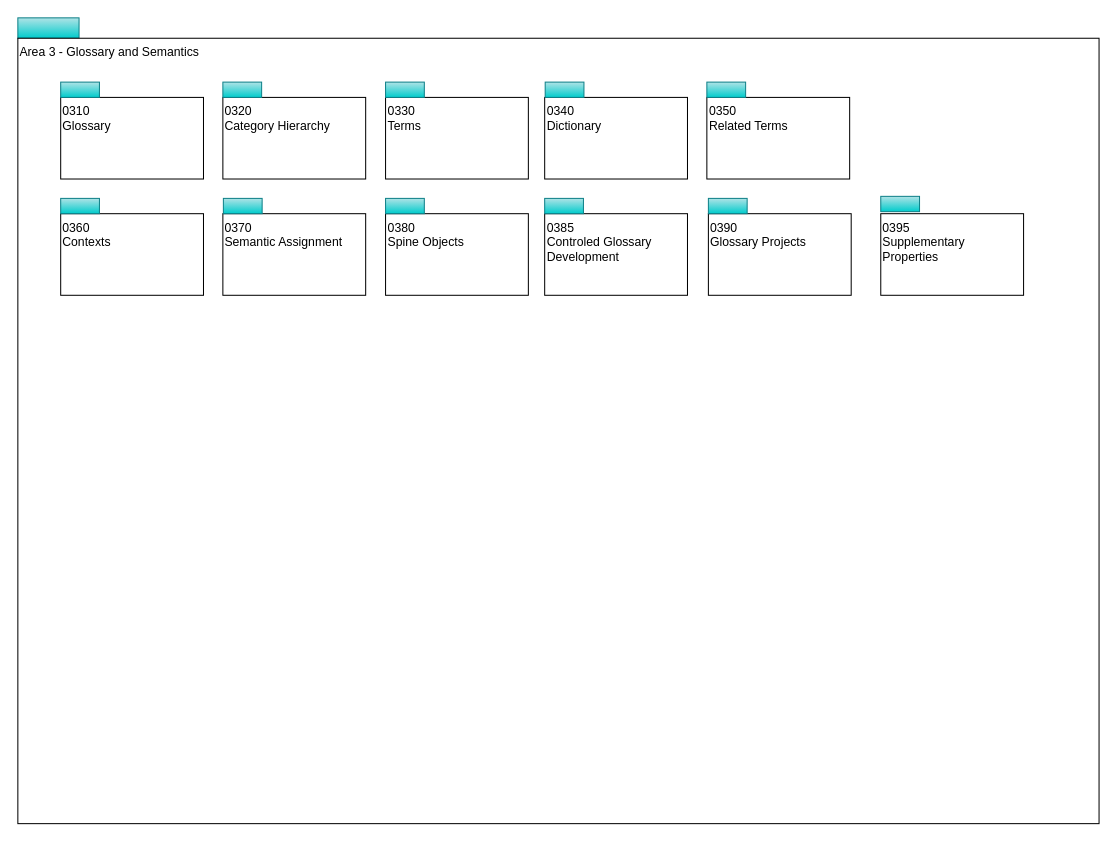
odpi/egeria-docs keeps this draw.io diagram as page "overview" (1 of 11) of site/docs/types/3/area-3-glossary.drawio. Above is the earlier version. Source tidied: cells renumbered, new cells numbered last; positions are measured from the earlier drawing's top-left corner, leaving out a move shared by most shapes. Both pictures are drawn from the tidied source at 102%, with x=0, y=0 at pixel (17, 17).
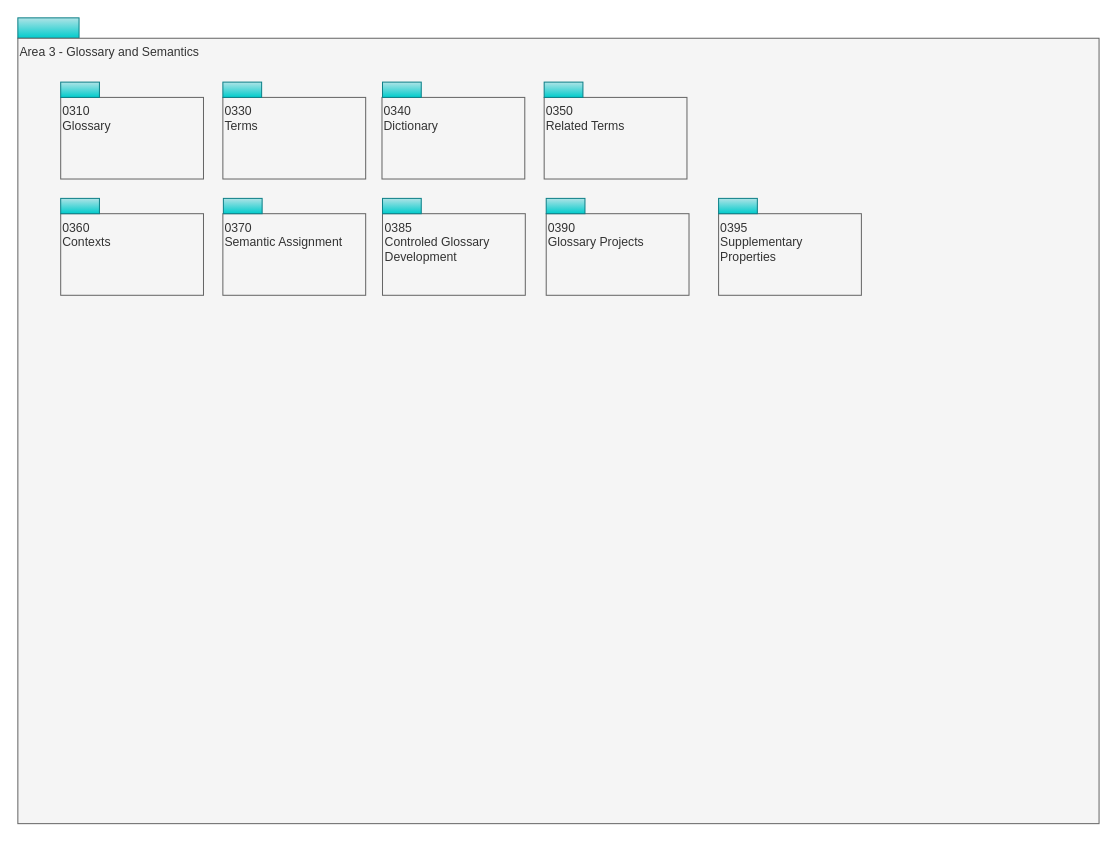
After the change.

Diff of the diagram source:
```diff
@@
-    <mxCell id="3" value="Area 3 - Glossary and Semantics" style="rounded=0;whiteSpace=wrap;html=1;align=left;verticalAlign=top;" parent="1" vertex="1">
+    <mxCell id="3" value="Area 3 - Glossary and Semantics" style="rounded=0;whiteSpace=wrap;html=1;align=left;verticalAlign=top;fillColor=#f5f5f5;fontColor=#333333;strokeColor=#666666;" parent="1" vertex="1">
       <mxGeometry y="20" width="1060" height="770" as="geometry" />
     </mxCell>
-    <mxCell id="4" value="0310&lt;br&gt;Glossary" style="rounded=0;whiteSpace=wrap;html=1;align=left;verticalAlign=top;" parent="1" vertex="1">
+    <mxCell id="4" value="0310&lt;br&gt;Glossary" style="rounded=0;whiteSpace=wrap;html=1;align=left;verticalAlign=top;fillColor=#f5f5f5;fontColor=#333333;strokeColor=#666666;" parent="1" vertex="1">
       <mxGeometry x="42" y="78" width="140" height="80" as="geometry" />
     </mxCell>
-    <mxCell id="5" value="0320&lt;br&gt;Category Hierarchy" style="rounded=0;whiteSpace=wrap;html=1;align=left;verticalAlign=top;" parent="1" vertex="1">
-      <mxGeometry x="201" y="78" width="140" height="80" as="geometry" />
-    </mxCell>
-    <mxCell id="6" value="0330&lt;br&gt;Terms" style="rounded=0;whiteSpace=wrap;html=1;align=left;verticalAlign=top;" parent="1" vertex="1">
-      <mxGeometry x="360.5" y="78" width="140" height="80" as="geometry" />
+    <mxCell id="6" value="0330&lt;br&gt;Terms" style="rounded=0;whiteSpace=wrap;html=1;align=left;verticalAlign=top;fillColor=#f5f5f5;fontColor=#333333;strokeColor=#666666;" parent="1" vertex="1">
+      <mxGeometry x="201" y="78" width="140" height="80" as="geometry" />
     </mxCell>
-    <mxCell id="7" value="0360&lt;br&gt;Contexts" style="rounded=0;whiteSpace=wrap;html=1;align=left;verticalAlign=top;" parent="1" vertex="1">
+    <mxCell id="7" value="0360&lt;br&gt;Contexts" style="rounded=0;whiteSpace=wrap;html=1;align=left;verticalAlign=top;fillColor=#f5f5f5;fontColor=#333333;strokeColor=#666666;" parent="1" vertex="1">
       <mxGeometry x="42" y="192" width="140" height="80" as="geometry" />
     </mxCell>
-    <mxCell id="8" value="0370&lt;br&gt;Semantic Assignment" style="rounded=0;whiteSpace=wrap;html=1;align=left;verticalAlign=top;" parent="1" vertex="1">
+    <mxCell id="8" value="0370&lt;br&gt;Semantic Assignment" style="rounded=0;whiteSpace=wrap;html=1;align=left;verticalAlign=top;fillColor=#f5f5f5;fontColor=#333333;strokeColor=#666666;" parent="1" vertex="1">
       <mxGeometry x="201" y="192" width="140" height="80" as="geometry" />
     </mxCell>
-    <mxCell id="9" value="0385&lt;br&gt;Controled Glossary Development" style="rounded=0;whiteSpace=wrap;html=1;align=left;verticalAlign=top;" parent="1" vertex="1">
-      <mxGeometry x="516.5" y="192" width="140" height="80" as="geometry" />
+    <mxCell id="9" value="0385&lt;br&gt;Controled Glossary Development" style="rounded=0;whiteSpace=wrap;html=1;align=left;verticalAlign=top;fillColor=#f5f5f5;fontColor=#333333;strokeColor=#666666;" parent="1" vertex="1">
+      <mxGeometry x="357.5" y="192" width="140" height="80" as="geometry" />
     </mxCell>
-    <mxCell id="10" value="0380&lt;br&gt;Spine Objects" style="rounded=0;whiteSpace=wrap;html=1;align=left;verticalAlign=top;" parent="1" vertex="1">
-      <mxGeometry x="360.5" y="192" width="140" height="80" as="geometry" />
-    </mxCell>
-    <mxCell id="11" value="0340&lt;br&gt;Dictionary" style="rounded=0;whiteSpace=wrap;html=1;align=left;verticalAlign=top;" parent="1" vertex="1">
-      <mxGeometry x="516.5" y="78" width="140" height="80" as="geometry" />
+    <mxCell id="11" value="0340&lt;br&gt;Dictionary" style="rounded=0;whiteSpace=wrap;html=1;align=left;verticalAlign=top;fillColor=#f5f5f5;fontColor=#333333;strokeColor=#666666;" parent="1" vertex="1">
+      <mxGeometry x="357" y="78" width="140" height="80" as="geometry" />
     </mxCell>
-    <mxCell id="12" value="0350&lt;br&gt;Related Terms" style="rounded=0;whiteSpace=wrap;html=1;align=left;verticalAlign=top;" parent="1" vertex="1">
-      <mxGeometry x="675.5" y="78" width="140" height="80" as="geometry" />
+    <mxCell id="12" value="0350&lt;br&gt;Related Terms" style="rounded=0;whiteSpace=wrap;html=1;align=left;verticalAlign=top;fillColor=#f5f5f5;fontColor=#333333;strokeColor=#666666;" parent="1" vertex="1">
+      <mxGeometry x="516" y="78" width="140" height="80" as="geometry" />
     </mxCell>
@@
     <mxCell id="14" style="rounded=0;whiteSpace=wrap;html=1;align=left;fillColor=#b0e3e6;strokeColor=#0e8088;gradientColor=#00CCCC;" parent="1" vertex="1">
-      <mxGeometry x="516.5" y="177" width="38" height="15" as="geometry" />
+      <mxGeometry x="357.5" y="177" width="38" height="15" as="geometry" />
     </mxCell>
     <mxCell id="15" style="rounded=0;whiteSpace=wrap;html=1;align=left;fillColor=#b0e3e6;strokeColor=#0e8088;gradientColor=#00CCCC;" parent="1" vertex="1">
-      <mxGeometry x="517" y="63" width="38" height="15" as="geometry" />
+      <mxGeometry x="357.5" y="63" width="38" height="15" as="geometry" />
     </mxCell>
-    <mxCell id="16" style="rounded=0;whiteSpace=wrap;html=1;align=left;fillColor=#b0e3e6;strokeColor=#0e8088;gradientColor=#00CCCC;" parent="1" vertex="1">
-      <mxGeometry x="360.5" y="177" width="38" height="15" as="geometry" />
-    </mxCell>
-    <mxCell id="17" style="rounded=0;whiteSpace=wrap;html=1;align=left;fillColor=#b0e3e6;strokeColor=#0e8088;gradientColor=#00CCCC;" parent="1" vertex="1">
-      <mxGeometry x="201" y="63" width="38" height="15" as="geometry" />
-    </mxCell>
@@
     <mxCell id="19" style="rounded=0;whiteSpace=wrap;html=1;align=left;fillColor=#b0e3e6;strokeColor=#0e8088;gradientColor=#00CCCC;" parent="1" vertex="1">
-      <mxGeometry x="360.5" y="63" width="38" height="15" as="geometry" />
+      <mxGeometry x="201" y="63" width="38" height="15" as="geometry" />
     </mxCell>
@@
     <mxCell id="21" style="rounded=0;whiteSpace=wrap;html=1;align=left;fillColor=#b0e3e6;strokeColor=#0e8088;gradientColor=#00CCCC;" parent="1" vertex="1">
-      <mxGeometry x="675.5" y="63" width="38" height="15" as="geometry" />
+      <mxGeometry x="516" y="63" width="38" height="15" as="geometry" />
     </mxCell>
-    <mxCell id="22" value="0390&lt;br&gt;Glossary Projects" style="rounded=0;whiteSpace=wrap;html=1;align=left;verticalAlign=top;" parent="1" vertex="1">
-      <mxGeometry x="677" y="192" width="140" height="80" as="geometry" />
+    <mxCell id="22" value="0390&lt;br&gt;Glossary Projects" style="rounded=0;whiteSpace=wrap;html=1;align=left;verticalAlign=top;fillColor=#f5f5f5;fontColor=#333333;strokeColor=#666666;" parent="1" vertex="1">
+      <mxGeometry x="518" y="192" width="140" height="80" as="geometry" />
     </mxCell>
     <mxCell id="23" style="rounded=0;whiteSpace=wrap;html=1;align=left;fillColor=#b0e3e6;strokeColor=#0e8088;gradientColor=#00CCCC;" parent="1" vertex="1">
-      <mxGeometry x="677" y="177" width="38" height="15" as="geometry" />
+      <mxGeometry x="518" y="177" width="38" height="15" as="geometry" />
     </mxCell>
-    <mxCell id="24" value="0395&lt;br&gt;Supplementary Properties" style="rounded=0;whiteSpace=wrap;html=1;align=left;verticalAlign=top;" parent="1" vertex="1">
-      <mxGeometry x="846" y="192" width="140" height="80" as="geometry" />
+    <mxCell id="24" value="0395&lt;br&gt;Supplementary Properties" style="rounded=0;whiteSpace=wrap;html=1;align=left;verticalAlign=top;fillColor=#f5f5f5;fontColor=#333333;strokeColor=#666666;" parent="1" vertex="1">
+      <mxGeometry x="687" y="192" width="140" height="80" as="geometry" />
     </mxCell>
     <mxCell id="25" style="rounded=0;whiteSpace=wrap;html=1;align=left;fillColor=#b0e3e6;strokeColor=#0e8088;gradientColor=#00CCCC;" parent="1" vertex="1">
-      <mxGeometry x="846" y="175" width="38" height="15" as="geometry" />
+      <mxGeometry x="687" y="177" width="38" height="15" as="geometry" />
     </mxCell>
```
